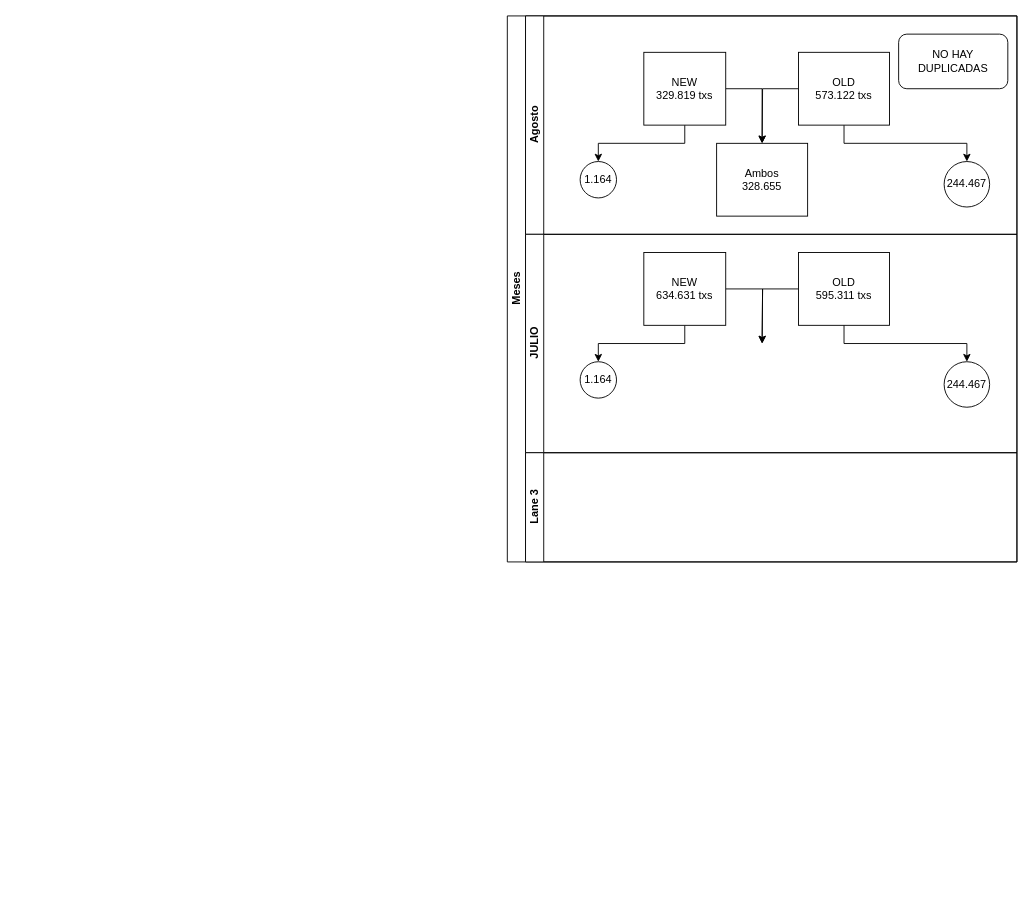
The draw.io diagram INdices.drawio in MatiasQuinlan/makarkrk, before the edit. Source tidied: cells renumbered, new cells numbered last; positions are measured from the earlier drawing's top-left corner, leaving out a move shared by most shapes. Both pictures are drawn from the tidied source at 91%, with x=0, y=0 at pixel (507, 15).
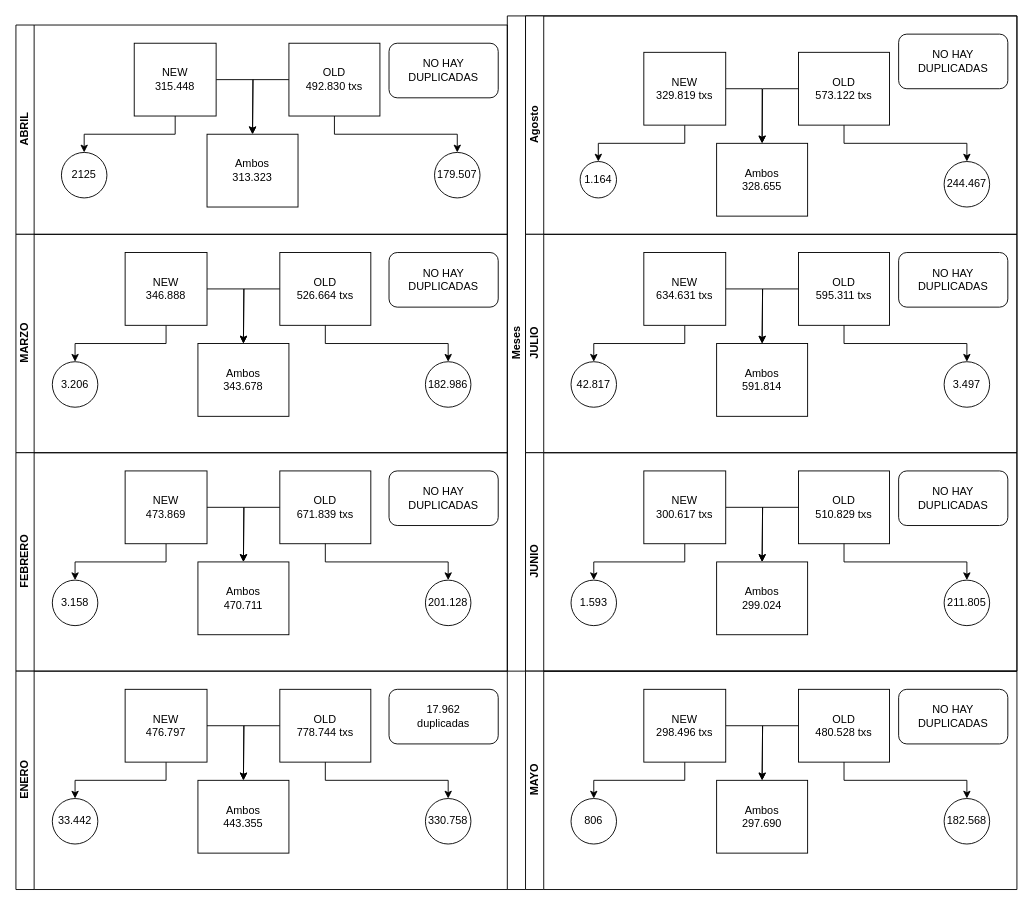
After the change.

The change refers to these unchanged cells:
```xml
<mxCell id="14" value="JULIO&lt;br&gt;" style="swimlane;html=1;startSize=20;horizontal=0;" parent="2" vertex="1">
  <mxGeometry x="20" y="240" width="540" height="240" as="geometry" />
</mxCell>
```

Change to the diagram source:
```diff
@@
     <mxCell id="2" value="Meses" style="swimlane;html=1;horizontal=0;startSize=20;" parent="1" vertex="1">
-      <mxGeometry width="560" height="600" as="geometry" />
+      <mxGeometry width="560" height="720" as="geometry" />
     </mxCell>
@@
-    <mxCell id="15" value="1.164" style="ellipse;whiteSpace=wrap;html=1;" parent="14" vertex="1">
-      <mxGeometry x="60" y="140" width="40" height="40" as="geometry" />
+    <mxCell id="15" value="42.817" style="ellipse;whiteSpace=wrap;html=1;" parent="14" vertex="1">
+      <mxGeometry x="50" y="140" width="50" height="50" as="geometry" />
     </mxCell>
@@
-    <mxCell id="21" value="244.467" style="ellipse;whiteSpace=wrap;html=1;" parent="14" vertex="1">
+    <mxCell id="21" value="3.497" style="ellipse;whiteSpace=wrap;html=1;" parent="14" vertex="1">
       <mxGeometry x="460" y="140" width="50" height="50" as="geometry" />
     </mxCell>
@@
+    <mxCell id="24" value="NO HAY DUPLICADAS" style="rounded=1;whiteSpace=wrap;html=1;" parent="14" vertex="1">
+      <mxGeometry x="410" y="20" width="120" height="60" as="geometry" />
+    </mxCell>
+    <mxCell id="25" value="Ambos&lt;br&gt;591.814" style="rounded=0;whiteSpace=wrap;html=1;fontFamily=Helvetica;fontSize=12;fontColor=#000000;align=center;" parent="14" vertex="1">
+      <mxGeometry x="210" y="120" width="100" height="80" as="geometry" />
+    </mxCell>
-    <mxCell id="23" value="Lane 3" style="swimlane;html=1;startSize=20;horizontal=0;" parent="2" vertex="1">
-      <mxGeometry x="20" y="480" width="540" height="120" as="geometry" />
+    <mxCell id="23" value="JUNIO" style="swimlane;html=1;startSize=20;horizontal=0;" parent="2" vertex="1">
+      <mxGeometry x="20" y="480" width="540" height="240" as="geometry" />
     </mxCell>
+    <mxCell id="26" value="1.593" style="ellipse;whiteSpace=wrap;html=1;" parent="23" vertex="1">
+      <mxGeometry x="50" y="140" width="50" height="50" as="geometry" />
+    </mxCell>
+    <mxCell id="27" style="edgeStyle=orthogonalEdgeStyle;rounded=0;jettySize=auto;html=1;exitX=0.5;exitY=1;exitDx=0;exitDy=0;entryX=0.5;entryY=0;entryDx=0;entryDy=0;" parent="23" edge="1" source="29" target="26">
+      <mxGeometry relative="1" as="geometry" />
+    </mxCell>
+    <mxCell id="28" style="edgeStyle=orthogonalEdgeStyle;rounded=0;jettySize=auto;html=1;exitX=1;exitY=0.5;exitDx=0;exitDy=0;entryX=0.5;entryY=0;entryDx=0;entryDy=0;" parent="23" edge="1" source="29">
+      <mxGeometry relative="1" as="geometry">
+        <mxPoint x="260" y="120" as="targetPoint" />
+      </mxGeometry>
+    </mxCell>
+    <mxCell id="29" value="NEW&lt;br&gt;300.617 txs" style="rounded=0;whiteSpace=wrap;html=1;fontFamily=Helvetica;fontSize=12;fontColor=#000000;align=center;" parent="23" vertex="1">
+      <mxGeometry x="130" y="20" width="90" height="80" as="geometry" />
+    </mxCell>
+    <mxCell id="30" style="edgeStyle=orthogonalEdgeStyle;rounded=0;jettySize=auto;html=1;exitX=0;exitY=0.5;exitDx=0;exitDy=0;" parent="23" edge="1" source="31">
+      <mxGeometry relative="1" as="geometry">
+        <mxPoint x="260" y="120" as="targetPoint" />
+      </mxGeometry>
+    </mxCell>
+    <mxCell id="31" value="OLD&lt;br&gt;510.829 txs" style="rounded=0;whiteSpace=wrap;html=1;fontFamily=Helvetica;fontSize=12;fontColor=#000000;align=center;" parent="23" vertex="1">
+      <mxGeometry x="300" y="20" width="100" height="80" as="geometry" />
+    </mxCell>
+    <mxCell id="32" value="211.805" style="ellipse;whiteSpace=wrap;html=1;" parent="23" vertex="1">
+      <mxGeometry x="460" y="140" width="50" height="50" as="geometry" />
+    </mxCell>
+    <mxCell id="33" style="edgeStyle=orthogonalEdgeStyle;rounded=0;jettySize=auto;html=1;exitX=0.5;exitY=1;exitDx=0;exitDy=0;entryX=0.5;entryY=0;entryDx=0;entryDy=0;" parent="23" edge="1" source="31" target="32">
+      <mxGeometry relative="1" as="geometry" />
+    </mxCell>
+    <mxCell id="34" value="NO HAY DUPLICADAS" style="rounded=1;whiteSpace=wrap;html=1;" parent="23" vertex="1">
+      <mxGeometry x="410" y="20" width="120" height="60" as="geometry" />
+    </mxCell>
+    <mxCell id="35" value="Ambos&lt;br&gt;299.024" style="rounded=0;whiteSpace=wrap;html=1;fontFamily=Helvetica;fontSize=12;fontColor=#000000;align=center;" parent="23" vertex="1">
+      <mxGeometry x="210" y="120" width="100" height="80" as="geometry" />
+    </mxCell>
+    <mxCell id="36" value="MAYO" style="swimlane;html=1;startSize=20;horizontal=0;" parent="1" vertex="1">
+      <mxGeometry x="20" y="720" width="540" height="240" as="geometry" />
+    </mxCell>
+    <mxCell id="37" value="806" style="ellipse;whiteSpace=wrap;html=1;" parent="36" vertex="1">
+      <mxGeometry x="50" y="140" width="50" height="50" as="geometry" />
+    </mxCell>
+    <mxCell id="38" style="edgeStyle=orthogonalEdgeStyle;rounded=0;jettySize=auto;html=1;exitX=0.5;exitY=1;exitDx=0;exitDy=0;entryX=0.5;entryY=0;entryDx=0;entryDy=0;" parent="36" edge="1" source="40" target="37">
+      <mxGeometry relative="1" as="geometry" />
+    </mxCell>
+    <mxCell id="39" style="edgeStyle=orthogonalEdgeStyle;rounded=0;jettySize=auto;html=1;exitX=1;exitY=0.5;exitDx=0;exitDy=0;entryX=0.5;entryY=0;entryDx=0;entryDy=0;" parent="36" edge="1" source="40">
+      <mxGeometry relative="1" as="geometry">
+        <mxPoint x="260" y="120" as="targetPoint" />
+      </mxGeometry>
+    </mxCell>
+    <mxCell id="40" value="NEW&lt;br&gt;298.496 txs" style="rounded=0;whiteSpace=wrap;html=1;fontFamily=Helvetica;fontSize=12;fontColor=#000000;align=center;" parent="36" vertex="1">
+      <mxGeometry x="130" y="20" width="90" height="80" as="geometry" />
+    </mxCell>
+    <mxCell id="41" style="edgeStyle=orthogonalEdgeStyle;rounded=0;jettySize=auto;html=1;exitX=0;exitY=0.5;exitDx=0;exitDy=0;" parent="36" edge="1" source="42">
+      <mxGeometry relative="1" as="geometry">
+        <mxPoint x="260" y="120" as="targetPoint" />
+      </mxGeometry>
+    </mxCell>
+    <mxCell id="42" value="OLD&lt;br&gt;480.528 txs" style="rounded=0;whiteSpace=wrap;html=1;fontFamily=Helvetica;fontSize=12;fontColor=#000000;align=center;" parent="36" vertex="1">
+      <mxGeometry x="300" y="20" width="100" height="80" as="geometry" />
+    </mxCell>
+    <mxCell id="43" value="182.568" style="ellipse;whiteSpace=wrap;html=1;" parent="36" vertex="1">
+      <mxGeometry x="460" y="140" width="50" height="50" as="geometry" />
+    </mxCell>
+    <mxCell id="44" style="edgeStyle=orthogonalEdgeStyle;rounded=0;jettySize=auto;html=1;exitX=0.5;exitY=1;exitDx=0;exitDy=0;entryX=0.5;entryY=0;entryDx=0;entryDy=0;" parent="36" edge="1" source="42" target="43">
+      <mxGeometry relative="1" as="geometry" />
+    </mxCell>
+    <mxCell id="45" value="NO HAY DUPLICADAS" style="rounded=1;whiteSpace=wrap;html=1;" parent="36" vertex="1">
+      <mxGeometry x="410" y="20" width="120" height="60" as="geometry" />
+    </mxCell>
+    <mxCell id="46" value="Ambos&lt;br&gt;297.690" style="rounded=0;whiteSpace=wrap;html=1;fontFamily=Helvetica;fontSize=12;fontColor=#000000;align=center;" parent="36" vertex="1">
+      <mxGeometry x="210" y="120" width="100" height="80" as="geometry" />
+    </mxCell>
+    <mxCell id="47" value="ABRIL" style="swimlane;html=1;startSize=20;horizontal=0;" parent="1" vertex="1">
+      <mxGeometry x="-540" y="10" width="540" height="230" as="geometry" />
+    </mxCell>
+    <mxCell id="48" value="2125" style="ellipse;whiteSpace=wrap;html=1;" parent="47" vertex="1">
+      <mxGeometry x="50" y="140" width="50" height="50" as="geometry" />
+    </mxCell>
+    <mxCell id="49" style="edgeStyle=orthogonalEdgeStyle;rounded=0;jettySize=auto;html=1;exitX=0.5;exitY=1;exitDx=0;exitDy=0;entryX=0.5;entryY=0;entryDx=0;entryDy=0;" parent="47" edge="1" source="51" target="48">
+      <mxGeometry relative="1" as="geometry" />
+    </mxCell>
+    <mxCell id="50" style="edgeStyle=orthogonalEdgeStyle;rounded=0;jettySize=auto;html=1;exitX=1;exitY=0.5;exitDx=0;exitDy=0;entryX=0.5;entryY=0;entryDx=0;entryDy=0;" parent="47" edge="1" source="51">
+      <mxGeometry relative="1" as="geometry">
+        <mxPoint x="260" y="120" as="targetPoint" />
+      </mxGeometry>
+    </mxCell>
+    <mxCell id="51" value="NEW&lt;br&gt;315.448" style="rounded=0;whiteSpace=wrap;html=1;fontFamily=Helvetica;fontSize=12;fontColor=#000000;align=center;" parent="47" vertex="1">
+      <mxGeometry x="130" y="20" width="90" height="80" as="geometry" />
+    </mxCell>
+    <mxCell id="52" style="edgeStyle=orthogonalEdgeStyle;rounded=0;jettySize=auto;html=1;exitX=0;exitY=0.5;exitDx=0;exitDy=0;" parent="47" edge="1" source="53">
+      <mxGeometry relative="1" as="geometry">
+        <mxPoint x="260" y="120" as="targetPoint" />
+      </mxGeometry>
+    </mxCell>
+    <mxCell id="53" value="OLD&lt;br&gt;492.830 txs" style="rounded=0;whiteSpace=wrap;html=1;fontFamily=Helvetica;fontSize=12;fontColor=#000000;align=center;" parent="47" vertex="1">
+      <mxGeometry x="300" y="20" width="100" height="80" as="geometry" />
+    </mxCell>
+    <mxCell id="54" value="179.507" style="ellipse;whiteSpace=wrap;html=1;" parent="47" vertex="1">
+      <mxGeometry x="460" y="140" width="50" height="50" as="geometry" />
+    </mxCell>
+    <mxCell id="55" style="edgeStyle=orthogonalEdgeStyle;rounded=0;jettySize=auto;html=1;exitX=0.5;exitY=1;exitDx=0;exitDy=0;entryX=0.5;entryY=0;entryDx=0;entryDy=0;" parent="47" edge="1" source="53" target="54">
+      <mxGeometry relative="1" as="geometry" />
+    </mxCell>
+    <mxCell id="56" value="NO HAY DUPLICADAS" style="rounded=1;whiteSpace=wrap;html=1;" parent="47" vertex="1">
+      <mxGeometry x="410" y="20" width="120" height="60" as="geometry" />
+    </mxCell>
+    <mxCell id="57" value="Ambos&lt;br&gt;313.323" style="rounded=0;whiteSpace=wrap;html=1;fontFamily=Helvetica;fontSize=12;fontColor=#000000;align=center;" parent="47" vertex="1">
+      <mxGeometry x="210" y="120" width="100" height="80" as="geometry" />
+    </mxCell>
+    <mxCell id="58" value="MARZO" style="swimlane;html=1;startSize=20;horizontal=0;" parent="1" vertex="1">
+      <mxGeometry x="-540" y="240" width="540" height="240" as="geometry" />
+    </mxCell>
+    <mxCell id="59" value="3.206" style="ellipse;whiteSpace=wrap;html=1;" parent="58" vertex="1">
+      <mxGeometry x="40" y="140" width="50" height="50" as="geometry" />
+    </mxCell>
+    <mxCell id="60" style="edgeStyle=orthogonalEdgeStyle;rounded=0;jettySize=auto;html=1;exitX=0.5;exitY=1;exitDx=0;exitDy=0;entryX=0.5;entryY=0;entryDx=0;entryDy=0;" parent="58" edge="1" source="62" target="59">
+      <mxGeometry relative="1" as="geometry" />
+    </mxCell>
+    <mxCell id="61" style="edgeStyle=orthogonalEdgeStyle;rounded=0;jettySize=auto;html=1;exitX=1;exitY=0.5;exitDx=0;exitDy=0;entryX=0.5;entryY=0;entryDx=0;entryDy=0;" parent="58" edge="1" source="62">
+      <mxGeometry relative="1" as="geometry">
+        <mxPoint x="250" y="120" as="targetPoint" />
+      </mxGeometry>
+    </mxCell>
+    <mxCell id="62" value="NEW&lt;br&gt;346.888" style="rounded=0;whiteSpace=wrap;html=1;fontFamily=Helvetica;fontSize=12;fontColor=#000000;align=center;" parent="58" vertex="1">
+      <mxGeometry x="120" y="20" width="90" height="80" as="geometry" />
+    </mxCell>
+    <mxCell id="63" style="edgeStyle=orthogonalEdgeStyle;rounded=0;jettySize=auto;html=1;exitX=0;exitY=0.5;exitDx=0;exitDy=0;" parent="58" edge="1" source="64">
+      <mxGeometry relative="1" as="geometry">
+        <mxPoint x="250" y="120" as="targetPoint" />
+      </mxGeometry>
+    </mxCell>
+    <mxCell id="64" value="OLD&lt;br&gt;526.664 txs" style="rounded=0;whiteSpace=wrap;html=1;fontFamily=Helvetica;fontSize=12;fontColor=#000000;align=center;" parent="58" vertex="1">
+      <mxGeometry x="290" y="20" width="100" height="80" as="geometry" />
+    </mxCell>
+    <mxCell id="65" value="182.986" style="ellipse;whiteSpace=wrap;html=1;" parent="58" vertex="1">
+      <mxGeometry x="450" y="140" width="50" height="50" as="geometry" />
+    </mxCell>
+    <mxCell id="66" style="edgeStyle=orthogonalEdgeStyle;rounded=0;jettySize=auto;html=1;exitX=0.5;exitY=1;exitDx=0;exitDy=0;entryX=0.5;entryY=0;entryDx=0;entryDy=0;" parent="58" edge="1" source="64" target="65">
+      <mxGeometry relative="1" as="geometry" />
+    </mxCell>
+    <mxCell id="67" value="NO HAY DUPLICADAS" style="rounded=1;whiteSpace=wrap;html=1;" parent="58" vertex="1">
+      <mxGeometry x="410" y="20" width="120" height="60" as="geometry" />
+    </mxCell>
+    <mxCell id="68" value="Ambos&lt;br&gt;343.678" style="rounded=0;whiteSpace=wrap;html=1;fontFamily=Helvetica;fontSize=12;fontColor=#000000;align=center;" parent="58" vertex="1">
+      <mxGeometry x="200" y="120" width="100" height="80" as="geometry" />
+    </mxCell>
+    <mxCell id="69" value="FEBRERO" style="swimlane;html=1;startSize=20;horizontal=0;" parent="1" vertex="1">
+      <mxGeometry x="-540" y="480" width="540" height="240" as="geometry" />
+    </mxCell>
+    <mxCell id="70" value="3.158" style="ellipse;whiteSpace=wrap;html=1;" parent="69" vertex="1">
+      <mxGeometry x="40" y="140" width="50" height="50" as="geometry" />
+    </mxCell>
+    <mxCell id="71" style="edgeStyle=orthogonalEdgeStyle;rounded=0;jettySize=auto;html=1;exitX=0.5;exitY=1;exitDx=0;exitDy=0;entryX=0.5;entryY=0;entryDx=0;entryDy=0;" parent="69" edge="1" source="73" target="70">
+      <mxGeometry relative="1" as="geometry" />
+    </mxCell>
+    <mxCell id="72" style="edgeStyle=orthogonalEdgeStyle;rounded=0;jettySize=auto;html=1;exitX=1;exitY=0.5;exitDx=0;exitDy=0;entryX=0.5;entryY=0;entryDx=0;entryDy=0;" parent="69" edge="1" source="73">
+      <mxGeometry relative="1" as="geometry">
+        <mxPoint x="250" y="120" as="targetPoint" />
+      </mxGeometry>
+    </mxCell>
+    <mxCell id="73" value="NEW&lt;br&gt;473.869" style="rounded=0;whiteSpace=wrap;html=1;fontFamily=Helvetica;fontSize=12;fontColor=#000000;align=center;" parent="69" vertex="1">
+      <mxGeometry x="120" y="20" width="90" height="80" as="geometry" />
+    </mxCell>
+    <mxCell id="74" style="edgeStyle=orthogonalEdgeStyle;rounded=0;jettySize=auto;html=1;exitX=0;exitY=0.5;exitDx=0;exitDy=0;" parent="69" edge="1" source="75">
+      <mxGeometry relative="1" as="geometry">
+        <mxPoint x="250" y="120" as="targetPoint" />
+      </mxGeometry>
+    </mxCell>
+    <mxCell id="75" value="OLD&lt;br&gt;671.839 txs" style="rounded=0;whiteSpace=wrap;html=1;fontFamily=Helvetica;fontSize=12;fontColor=#000000;align=center;" parent="69" vertex="1">
+      <mxGeometry x="290" y="20" width="100" height="80" as="geometry" />
+    </mxCell>
+    <mxCell id="76" value="201.128" style="ellipse;whiteSpace=wrap;html=1;" parent="69" vertex="1">
+      <mxGeometry x="450" y="140" width="50" height="50" as="geometry" />
+    </mxCell>
+    <mxCell id="77" style="edgeStyle=orthogonalEdgeStyle;rounded=0;jettySize=auto;html=1;exitX=0.5;exitY=1;exitDx=0;exitDy=0;entryX=0.5;entryY=0;entryDx=0;entryDy=0;" parent="69" edge="1" source="75" target="76">
+      <mxGeometry relative="1" as="geometry" />
+    </mxCell>
+    <mxCell id="78" value="NO HAY DUPLICADAS" style="rounded=1;whiteSpace=wrap;html=1;" parent="69" vertex="1">
+      <mxGeometry x="410" y="20" width="120" height="60" as="geometry" />
+    </mxCell>
+    <mxCell id="79" value="Ambos&lt;br&gt;470.711" style="rounded=0;whiteSpace=wrap;html=1;fontFamily=Helvetica;fontSize=12;fontColor=#000000;align=center;" parent="69" vertex="1">
+      <mxGeometry x="200" y="120" width="100" height="80" as="geometry" />
+    </mxCell>
+    <mxCell id="80" value="ENERO" style="swimlane;html=1;startSize=20;horizontal=0;" parent="1" vertex="1">
+      <mxGeometry x="-540" y="720" width="540" height="240" as="geometry" />
+    </mxCell>
+    <mxCell id="81" value="33.442" style="ellipse;whiteSpace=wrap;html=1;" parent="80" vertex="1">
+      <mxGeometry x="40" y="140" width="50" height="50" as="geometry" />
+    </mxCell>
+    <mxCell id="82" style="edgeStyle=orthogonalEdgeStyle;rounded=0;jettySize=auto;html=1;exitX=0.5;exitY=1;exitDx=0;exitDy=0;entryX=0.5;entryY=0;entryDx=0;entryDy=0;" parent="80" edge="1" source="84" target="81">
+      <mxGeometry relative="1" as="geometry" />
+    </mxCell>
+    <mxCell id="83" style="edgeStyle=orthogonalEdgeStyle;rounded=0;jettySize=auto;html=1;exitX=1;exitY=0.5;exitDx=0;exitDy=0;entryX=0.5;entryY=0;entryDx=0;entryDy=0;" parent="80" edge="1" source="84">
+      <mxGeometry relative="1" as="geometry">
+        <mxPoint x="250" y="120" as="targetPoint" />
+      </mxGeometry>
+    </mxCell>
+    <mxCell id="84" value="NEW&lt;br&gt;476.797" style="rounded=0;whiteSpace=wrap;html=1;fontFamily=Helvetica;fontSize=12;fontColor=#000000;align=center;" parent="80" vertex="1">
+      <mxGeometry x="120" y="20" width="90" height="80" as="geometry" />
+    </mxCell>
+    <mxCell id="85" style="edgeStyle=orthogonalEdgeStyle;rounded=0;jettySize=auto;html=1;exitX=0;exitY=0.5;exitDx=0;exitDy=0;" parent="80" edge="1" source="86">
+      <mxGeometry relative="1" as="geometry">
+        <mxPoint x="250" y="120" as="targetPoint" />
+      </mxGeometry>
+    </mxCell>
+    <mxCell id="86" value="OLD&lt;br&gt;778.744&amp;nbsp;txs" style="rounded=0;whiteSpace=wrap;html=1;fontFamily=Helvetica;fontSize=12;fontColor=#000000;align=center;" parent="80" vertex="1">
+      <mxGeometry x="290" y="20" width="100" height="80" as="geometry" />
+    </mxCell>
+    <mxCell id="87" value="330.758" style="ellipse;whiteSpace=wrap;html=1;" parent="80" vertex="1">
+      <mxGeometry x="450" y="140" width="50" height="50" as="geometry" />
+    </mxCell>
+    <mxCell id="88" style="edgeStyle=orthogonalEdgeStyle;rounded=0;jettySize=auto;html=1;exitX=0.5;exitY=1;exitDx=0;exitDy=0;entryX=0.5;entryY=0;entryDx=0;entryDy=0;" parent="80" edge="1" source="86" target="87">
+      <mxGeometry relative="1" as="geometry" />
+    </mxCell>
+    <mxCell id="89" value="17.962&lt;br&gt;duplicadas" style="rounded=1;whiteSpace=wrap;html=1;" parent="80" vertex="1">
+      <mxGeometry x="410" y="20" width="120" height="60" as="geometry" />
+    </mxCell>
+    <mxCell id="90" value="Ambos&lt;br&gt;443.355" style="rounded=0;whiteSpace=wrap;html=1;fontFamily=Helvetica;fontSize=12;fontColor=#000000;align=center;" parent="80" vertex="1">
+      <mxGeometry x="200" y="120" width="100" height="80" as="geometry" />
+    </mxCell>
+    <mxCell id="91" style="endArrow=none;html=1;rounded=0;exitX=0;exitY=1;exitDx=0;exitDy=0;entryX=1;entryY=1;entryDx=0;entryDy=0;" parent="1" edge="1" source="36" target="80">
+      <mxGeometry relative="1" as="geometry" />
+    </mxCell>
```
